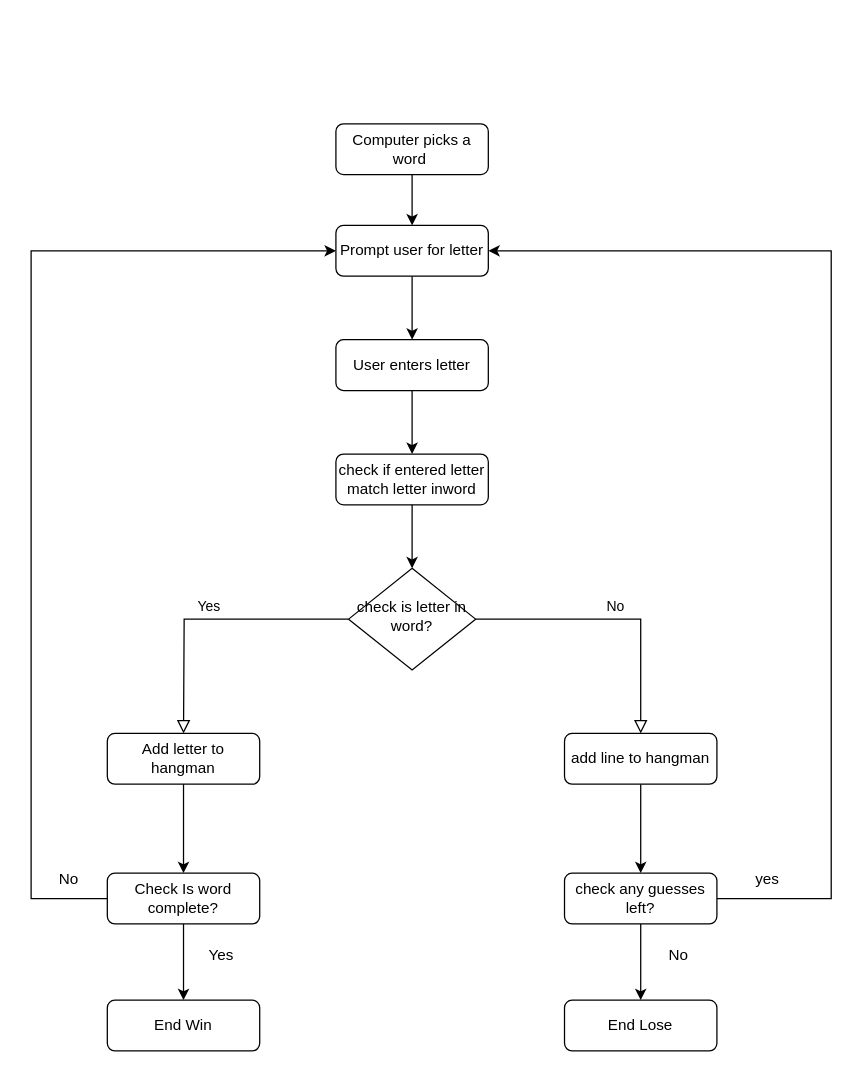
This is Untitled Diagram.drawio from OmYourself/flowcharts1, a draw.io file, before an edit. Source tidied: cells renumbered, new cells numbered last; positions are measured from the earlier drawing's top-left corner, leaving out a move shared by most shapes. Both pictures are drawn from the tidied source at 127%, with x=0, y=0 at pixel (30, 123).
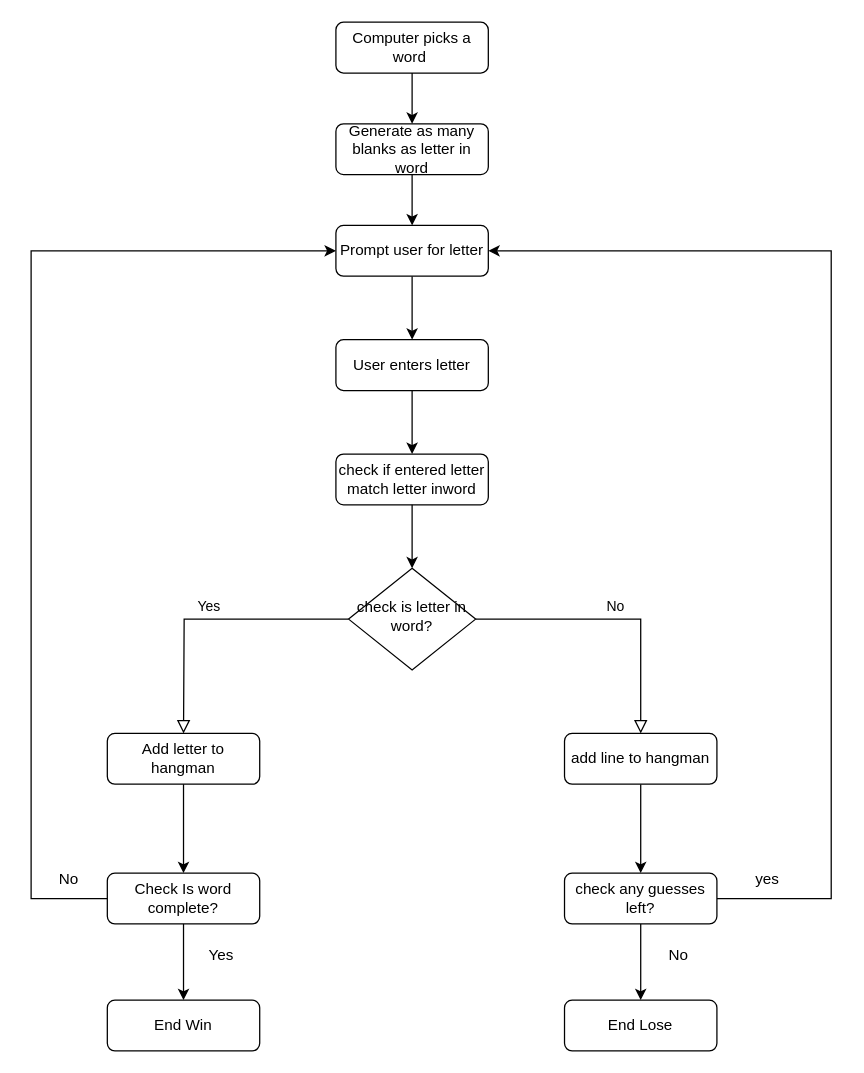
After the change.

The edit, as a diff of the source:
```diff
@@
-    <mxCell id="13" value="Computer picks a word&amp;nbsp;" style="rounded=1;whiteSpace=wrap;html=1;fontSize=12;glass=0;strokeWidth=1;shadow=0;" parent="1" vertex="1">
+    <mxCell id="13" value="Generate as many blanks as letter in word" style="rounded=1;whiteSpace=wrap;html=1;fontSize=12;glass=0;strokeWidth=1;shadow=0;" parent="1" vertex="1">
       <mxGeometry x="240" width="120" height="40" as="geometry" />
     </mxCell>
@@
+    <mxCell id="29" style="edgeStyle=orthogonalEdgeStyle;rounded=0;jettySize=auto;html=1;" parent="1" edge="1" source="30" target="13">
+      <mxGeometry relative="1" as="geometry" />
+    </mxCell>
+    <mxCell id="30" value="Computer picks a word&amp;nbsp;" style="rounded=1;whiteSpace=wrap;html=1;fontSize=12;glass=0;strokeWidth=1;shadow=0;" parent="1" vertex="1">
+      <mxGeometry x="240" y="-80" width="120" height="40" as="geometry" />
+    </mxCell>
```
